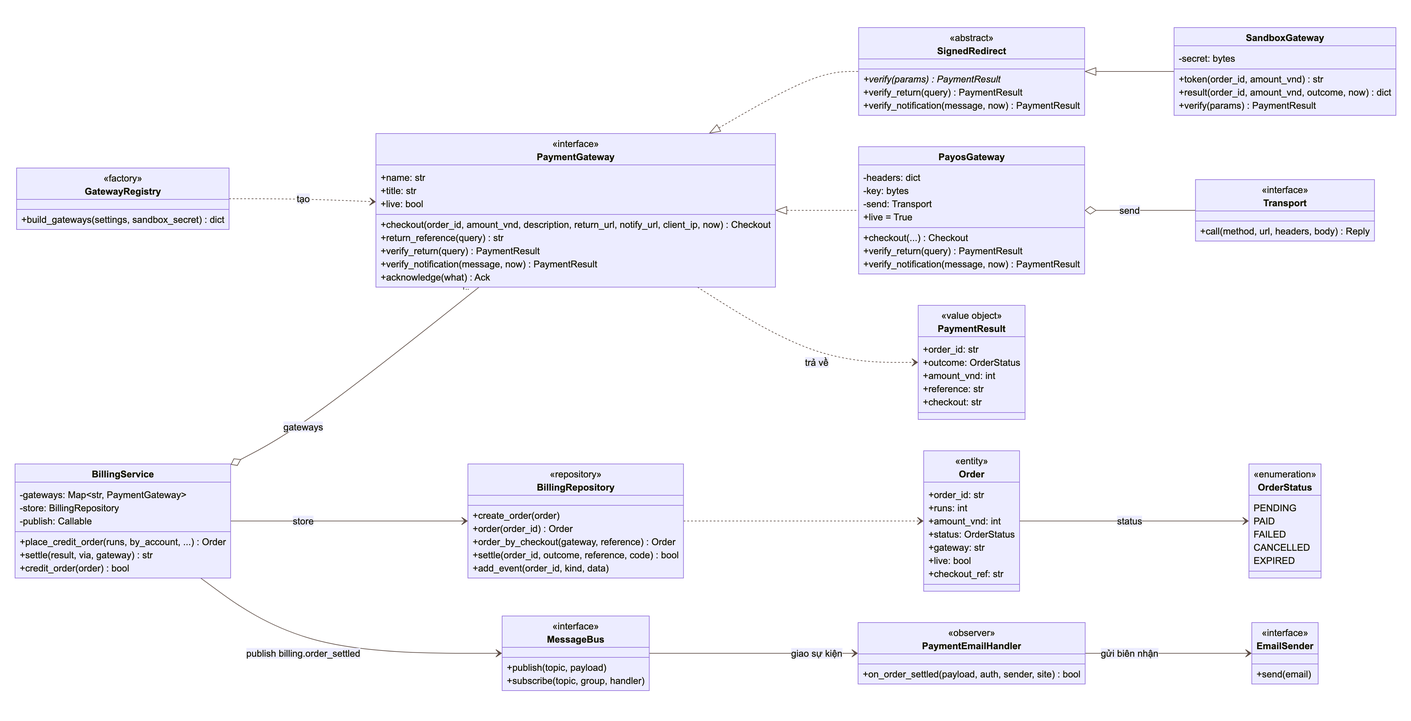
Earlier version of the Mermaid export docs/sdd/images/09_class_thanh_toan.png (ThanhSangLouis/ai-assessor-cefr). Its source is kept beside it as docs/sdd/diagrams/09_class_thanh_toan.mmd.
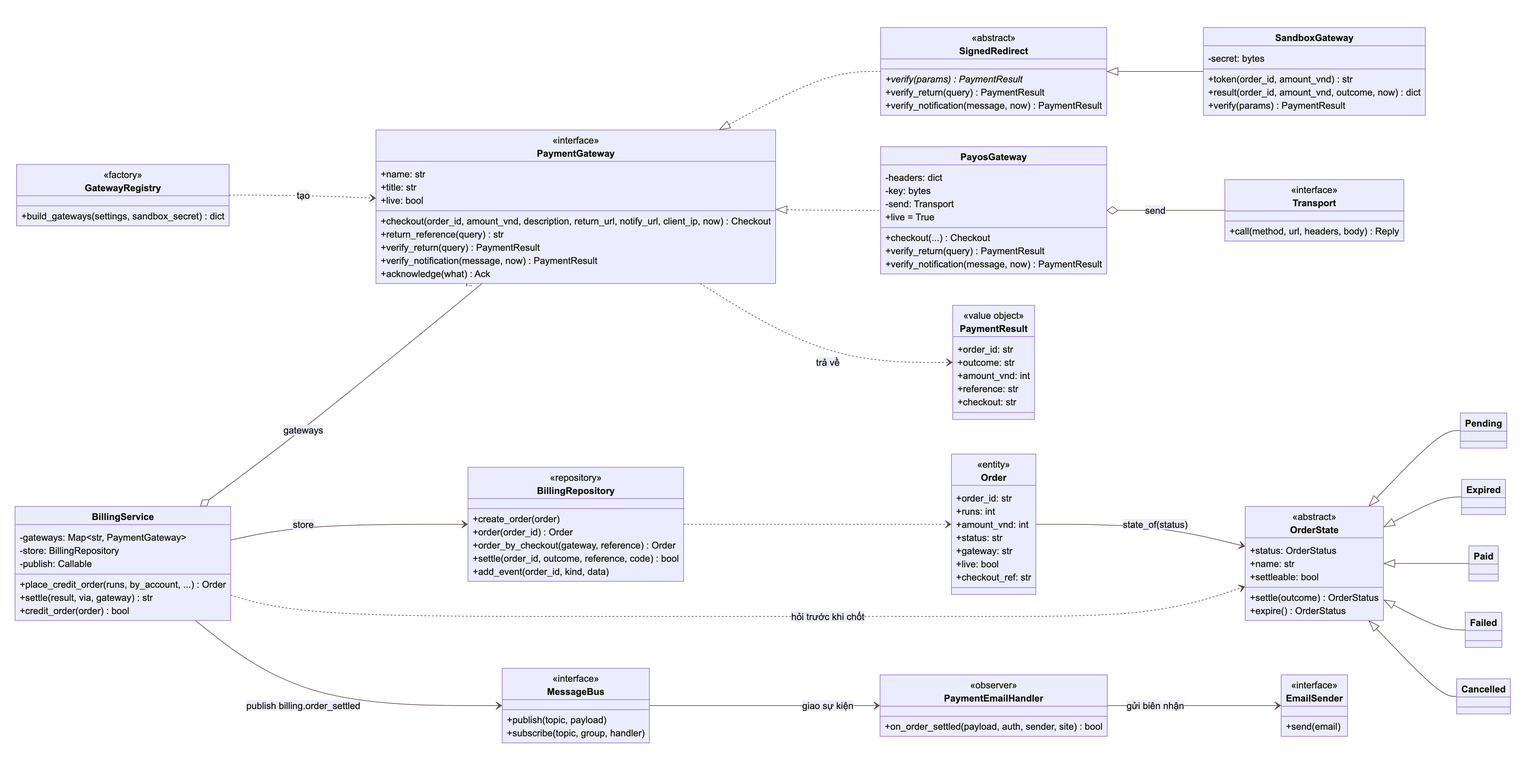
Later version of the same file.

What changed in the source:
```diff
@@ -61,23 +61,28 @@
         +order_id: str
         +runs: int
         +amount_vnd: int
-        +status: OrderStatus
+        +status: str
         +gateway: str
         +live: bool
         +checkout_ref: str
     }
-    class OrderStatus {
-        <<enumeration>>
-        PENDING
-        PAID
-        FAILED
-        CANCELLED
-        EXPIRED
+    class OrderState {
+        <<abstract>>
+        +status: OrderStatus
+        +name: str
+        +settleable: bool
+        +settle(outcome) OrderStatus
+        +expire() OrderStatus
     }
+    class Pending
+    class Expired
+    class Paid
+    class Failed
+    class Cancelled
     class PaymentResult {
         <<value object>>
         +order_id: str
-        +outcome: OrderStatus
+        +outcome: str
         +amount_vnd: int
         +reference: str
         +checkout: str
@@ -104,7 +109,13 @@
     BillingService o-- "1..*" PaymentGateway : gateways
     BillingService --> BillingRepository : store
     BillingRepository ..> Order
-    Order --> OrderStatus : status
+    Order --> OrderState : state_of(status)
+    OrderState <|-- Pending
+    OrderState <|-- Expired
+    OrderState <|-- Paid
+    OrderState <|-- Failed
+    OrderState <|-- Cancelled
+    BillingService ..> OrderState : hỏi trước khi chốt
     PaymentGateway ..> PaymentResult : trả về
     BillingService --> MessageBus : publish billing.order_settled
     MessageBus --> PaymentEmailHandler : giao sự kiện
```
